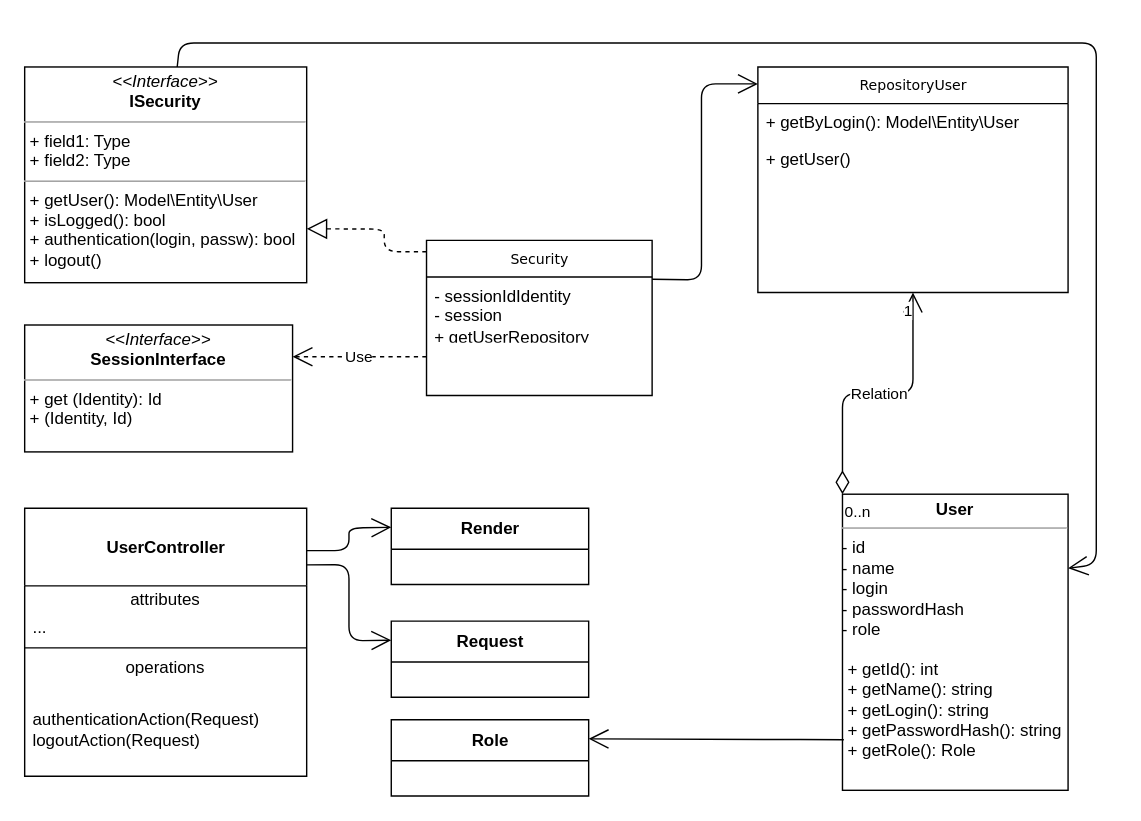
The draw.io diagram Untitled Diagram.drawio in flamingosoft/uml, before the edit. Source tidied: cells renumbered, new cells numbered last; positions are measured from the earlier drawing's top-left corner, leaving out a move shared by most shapes. Both pictures are drawn from the tidied source at 141%, with x=0, y=0 at pixel (24, 42).
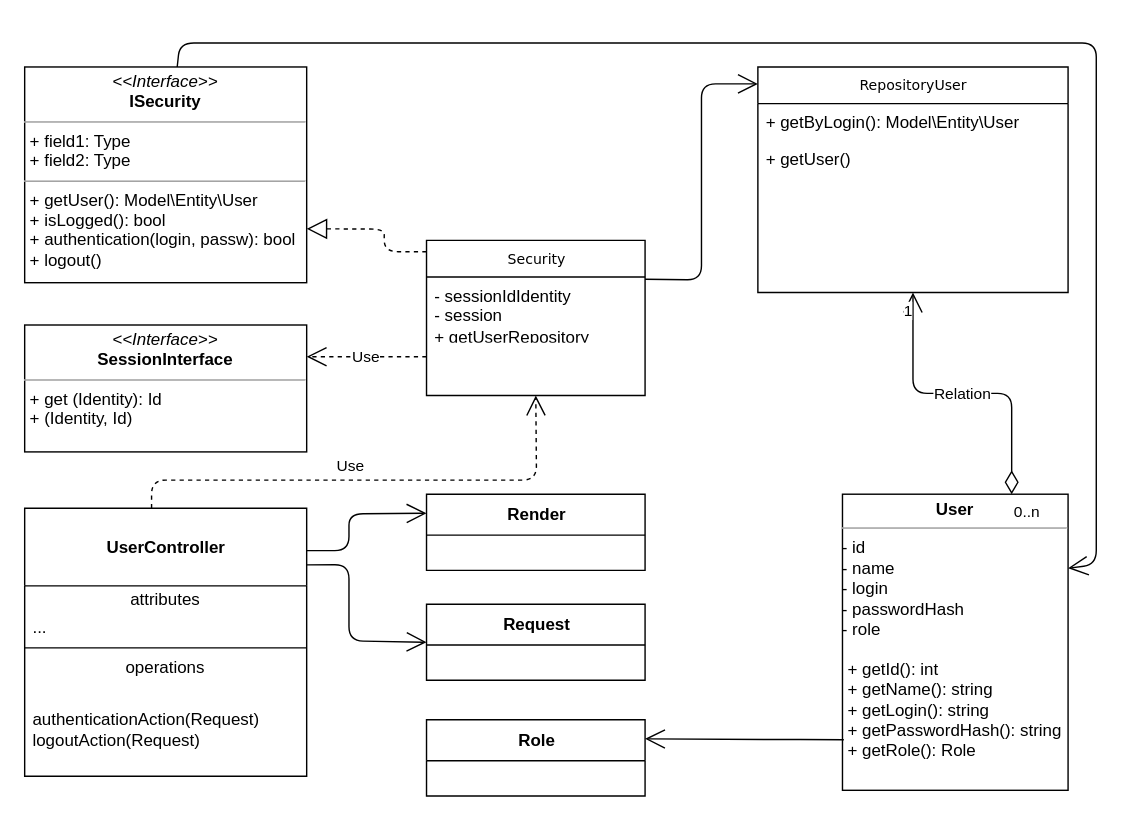
The same page after the edit.

The change refers to these unchanged cells:
```xml
<mxCell id="5" value="RepositoryUser" style="swimlane;html=1;fontStyle=0;horizontal=1;startSize=26;fillColor=none;swimlaneFillColor=#ffffff;rounded=0;shadow=0;comic=0;labelBackgroundColor=none;strokeWidth=1;fontFamily=Verdana;fontSize=10;align=center;" parent="1" vertex="1">
  <mxGeometry x="520" y="17" width="220" height="160" as="geometry" />
</mxCell>
<mxCell id="10" value="&lt;b&gt;&lt;br&gt;UserController&lt;/b&gt;" style="swimlane;fontStyle=0;align=center;verticalAlign=top;horizontal=1;startSize=55;html=1;" parent="1" vertex="1">
  <mxGeometry y="330" width="200" height="190" as="geometry" />
</mxCell>
<mxCell id="20" value="&lt;p style=&quot;margin: 0px ; margin-top: 4px ; text-align: center&quot;&gt;&lt;b&gt;User&lt;/b&gt;&lt;/p&gt;&lt;hr size=&quot;1&quot;&gt;&lt;p style=&quot;margin: 0px ; margin-left: 4px&quot;&gt;&lt;/p&gt;- id&lt;br&gt;- name&lt;br&gt;- login&lt;br&gt;- passwordHash&lt;br&gt;- role&lt;br&gt;&lt;br&gt;&lt;p style=&quot;margin: 0px ; margin-left: 4px&quot;&gt;+ getId(): int&lt;/p&gt;&lt;p style=&quot;margin: 0px ; margin-left: 4px&quot;&gt;+ getName(): string&lt;/p&gt;&lt;p style=&quot;margin: 0px ; margin-left: 4px&quot;&gt;+ getLogin(): string&lt;/p&gt;&lt;p style=&quot;margin: 0px ; margin-left: 4px&quot;&gt;+ getPasswordHash(): string&lt;/p&gt;&lt;p style=&quot;margin: 0px ; margin-left: 4px&quot;&gt;+ getRole(): Role&lt;/p&gt;" style="verticalAlign=top;align=left;overflow=fill;fontSize=12;fontFamily=Helvetica;html=1;" parent="1" vertex="1">
  <mxGeometry x="580" y="320" width="160" height="210" as="geometry" />
</mxCell>
```

Diff of the diagram source:
```diff
@@
     <mxCell id="2" value="Security" style="swimlane;html=1;fontStyle=0;horizontal=1;startSize=26;fillColor=none;swimlaneFillColor=#ffffff;rounded=0;shadow=0;comic=0;labelBackgroundColor=none;strokeWidth=1;fontFamily=Verdana;fontSize=10;align=center;" parent="1" vertex="1">
-      <mxGeometry x="285" y="140" width="160" height="110" as="geometry" />
+      <mxGeometry x="285" y="140" width="155" height="110" as="geometry" />
     </mxCell>
@@
     <mxCell id="4" value="- sessionIdIdentity&lt;br&gt;- session&lt;br&gt;+ getUserRepository" style="text;html=1;strokeColor=none;fillColor=none;align=left;verticalAlign=top;spacingLeft=4;spacingRight=4;whiteSpace=wrap;overflow=hidden;" parent="2" vertex="1">
-      <mxGeometry y="26" width="160" height="44" as="geometry" />
+      <mxGeometry y="26" width="155" height="44" as="geometry" />
     </mxCell>
@@
     <mxCell id="9" value="&lt;p style=&quot;margin: 0px ; margin-top: 4px ; text-align: center&quot;&gt;&lt;i&gt;&amp;lt;&amp;lt;Interface&amp;gt;&amp;gt;&lt;/i&gt;&lt;br&gt;&lt;b&gt;SessionInterface&lt;/b&gt;&lt;/p&gt;&lt;hr size=&quot;1&quot;&gt;&lt;p style=&quot;margin: 0px ; margin-left: 4px&quot;&gt;&lt;/p&gt;&lt;p style=&quot;margin: 0px ; margin-left: 4px&quot;&gt;+ get (Identity): Id&lt;br&gt;+ (Identity, Id)&lt;/p&gt;" style="verticalAlign=top;align=left;overflow=fill;fontSize=12;fontFamily=Helvetica;html=1;rounded=0;shadow=0;comic=0;labelBackgroundColor=none;strokeWidth=1;" parent="1" vertex="1">
-      <mxGeometry y="200" width="190" height="90" as="geometry" />
+      <mxGeometry y="200" width="200" height="90" as="geometry" />
     </mxCell>
@@
+    <mxCell id="29" value="Use" style="endArrow=open;endSize=12;dashed=1;html=1;entryX=0.5;entryY=1;entryDx=0;entryDy=0;" parent="10" edge="1" target="2">
+      <mxGeometry x="-0.09" y="10" relative="1" as="geometry">
+        <mxPoint x="90" as="sourcePoint" />
+        <Array as="points">
+          <mxPoint x="90" y="-20" />
+          <mxPoint x="363" y="-20" />
+        </Array>
+      </mxGeometry>
+    </mxCell>
@@
     <mxCell id="16" value="Render" style="swimlane;fontStyle=1;align=center;verticalAlign=middle;horizontal=1;startSize=29;html=1;" parent="1" vertex="1">
-      <mxGeometry x="260" y="330" width="140" height="54" as="geometry" />
+      <mxGeometry x="285" y="320" width="155" height="54" as="geometry" />
     </mxCell>
     <mxCell id="17" style="endArrow=open;endFill=1;endSize=12;html=1;entryX=0;entryY=0.25;entryDx=0;entryDy=0;" parent="1" edge="1" target="16">
       <mxGeometry relative="1" as="geometry">
         <mxPoint x="200" y="360" as="sourcePoint" />
         <Array as="points">
           <mxPoint x="230" y="360" />
-          <mxPoint x="230" y="344" />
+          <mxPoint x="230" y="334" />
         </Array>
       </mxGeometry>
     </mxCell>
     <mxCell id="18" value="Request" style="swimlane;fontStyle=1;align=center;verticalAlign=middle;horizontal=1;startSize=29;html=1;" parent="1" vertex="1">
-      <mxGeometry x="260" y="410" width="140" height="54" as="geometry" />
+      <mxGeometry x="285" y="398" width="155" height="54" as="geometry" />
     </mxCell>
-    <mxCell id="19" style="endArrow=open;endFill=1;endSize=12;html=1;exitX=1;exitY=0.211;exitDx=0;exitDy=0;exitPerimeter=0;entryX=0;entryY=0.25;entryDx=0;entryDy=0;" parent="1" edge="1" source="10" target="18">
+    <mxCell id="19" style="endArrow=open;endFill=1;endSize=12;html=1;exitX=1;exitY=0.211;exitDx=0;exitDy=0;exitPerimeter=0;entryX=0;entryY=0.5;entryDx=0;entryDy=0;" parent="1" edge="1" source="10" target="18">
       <mxGeometry relative="1" as="geometry">
         <Array as="points">
           <mxPoint x="230" y="370" />
           <mxPoint x="230" y="424" />
         </Array>
       </mxGeometry>
     </mxCell>
@@
     <mxCell id="21" value="Role" style="swimlane;fontStyle=1;align=center;verticalAlign=middle;horizontal=1;startSize=29;html=1;" parent="1" vertex="1">
-      <mxGeometry x="260" y="480" width="140" height="54" as="geometry" />
+      <mxGeometry x="285" y="480" width="155" height="54" as="geometry" />
     </mxCell>
@@
-    <mxCell id="23" value="Relation" style="endArrow=open;html=1;endSize=12;startArrow=diamondThin;startSize=14;startFill=0;edgeStyle=orthogonalEdgeStyle;exitX=0;exitY=0;exitDx=0;exitDy=0;entryX=0.5;entryY=1;entryDx=0;entryDy=0;" parent="1" edge="1" source="20" target="5">
+    <mxCell id="23" value="Relation" style="endArrow=open;html=1;endSize=12;startArrow=diamondThin;startSize=14;startFill=0;edgeStyle=orthogonalEdgeStyle;exitX=0.75;exitY=0;exitDx=0;exitDy=0;entryX=0.5;entryY=1;entryDx=0;entryDy=0;" parent="1" edge="1" source="20" target="5">
       <mxGeometry relative="1" as="geometry" />
     </mxCell>
```
